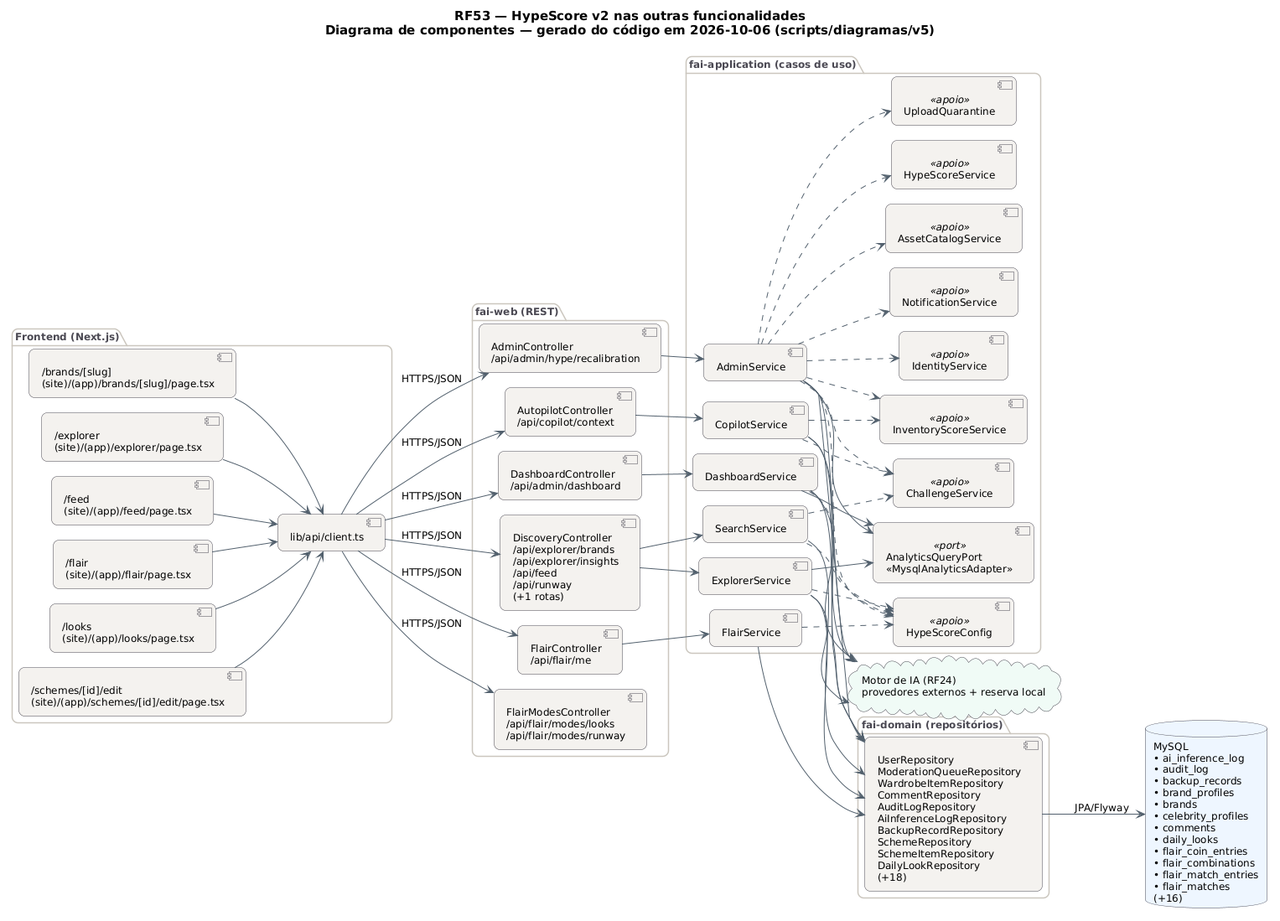
Earlier version of the PlantUML export docs/diagramas/RF53/RF53_Componentes_Integracoes.png (MatheusHaliski/tcc-2026-fashion-ai-backend). Source of this version:
```plantuml
@startuml RF53_Componentes_Integracoes
!pragma layout smetana
skinparam backgroundColor #FFFFFF
skinparam shadowing false
skinparam defaultFontName "DejaVu Sans"
skinparam defaultFontSize 12
skinparam titleFontSize 15
skinparam roundcorner 14
skinparam ArrowColor #52606D
skinparam note {
  BackgroundColor #FFFDEB
  BorderColor #D8CE78
  FontColor #554F24
}
skinparam component {
  BackgroundColor #F4F2EF
  BorderColor #4A4852
}
skinparam package {
  BorderColor #CBC6BE
  FontColor #4A4852
}
skinparam database {
  BackgroundColor #EEF6FF
  BorderColor #4A4852
}
skinparam cloud {
  BackgroundColor #F0FBF6
  BorderColor #4A4852
}
left to right direction
title RF53 — HypeScore v2 nas outras funcionalidades\nDiagrama de componentes — gerado do código em 2026-10-06 (scripts/diagramas/v5)

package "Frontend (Next.js)" {
  component "/brands/[slug]\n(site)/(app)/brands/[slug]/page.tsx" as FE0
  component "/explorer\n(site)/(app)/explorer/page.tsx" as FE1
  component "/feed\n(site)/(app)/feed/page.tsx" as FE2
  component "/flair\n(site)/(app)/flair/page.tsx" as FE3
  component "/looks\n(site)/(app)/looks/page.tsx" as FE4
  component "/schemes/[id]/edit\n(site)/(app)/schemes/[id]/edit/page.tsx" as FE5
  component "lib/api/client.ts" as APIC
}
package "fai-web (REST)" {
  component "AdminController\n/api/admin/hype/recalibration" as AdminController
  component "AutopilotController\n/api/copilot/context" as AutopilotController
  component "DashboardController\n/api/admin/dashboard" as DashboardController
  component "DiscoveryController\n/api/explorer/brands\n/api/explorer/insights\n/api/feed\n/api/runway\n(+1 rotas)" as DiscoveryController
  component "FlairController\n/api/flair/me" as FlairController
  component "FlairModesController\n/api/flair/modes/looks\n/api/flair/modes/runway" as FlairModesController
}
package "fai-application (casos de uso)" {
  component "AdminService" as AdminService
  component "CopilotService" as CopilotService
  component "DashboardService" as DashboardService
  component "SearchService" as SearchService
  component "ExplorerService" as ExplorerService
  component "FlairService" as FlairService
  component "IdentityService" as IdentityService <<apoio>>
  component "NotificationService" as NotificationService <<apoio>>
  component "AssetCatalogService" as AssetCatalogService <<apoio>>
  component "ChallengeService" as ChallengeService <<apoio>>
  component "HypeScoreService" as HypeScoreService <<apoio>>
  component "InventoryScoreService" as InventoryScoreService <<apoio>>
  component "UploadQuarantine" as UploadQuarantine <<apoio>>
  component "HypeScoreConfig" as HypeScoreConfig <<apoio>>
  component "AnalyticsQueryPort\n«MysqlAnalyticsAdapter»" as AnalyticsQueryPort <<port>>
}
package "fai-domain (repositórios)" {
  component "UserRepository\nModerationQueueRepository\nWardrobeItemRepository\nCommentRepository\nAuditLogRepository\nAiInferenceLogRepository\nBackupRecordRepository\nSchemeRepository\nSchemeItemRepository\nDailyLookRepository\n(+18)" as REPO_MySQL
}
database "MySQL\n• ai_inference_log\n• audit_log\n• backup_records\n• brand_profiles\n• brands\n• celebrity_profiles\n• comments\n• daily_looks\n• flair_coin_entries\n• flair_combinations\n• flair_match_entries\n• flair_matches\n(+16)" as DB_MySQL
cloud "Motor de IA (RF24)\nprovedores externos + reserva local" as AI
APIC --> AdminController : HTTPS/JSON
APIC --> AutopilotController : HTTPS/JSON
APIC --> DashboardController : HTTPS/JSON
APIC --> DiscoveryController : HTTPS/JSON
APIC --> FlairController : HTTPS/JSON
APIC --> FlairModesController : HTTPS/JSON
AdminController --> AdminService
AdminService --> AI
AdminService --> AnalyticsQueryPort
AdminService --> REPO_MySQL
AdminService ..> AssetCatalogService
AdminService ..> ChallengeService
AdminService ..> HypeScoreConfig
AdminService ..> HypeScoreService
AdminService ..> IdentityService
AdminService ..> InventoryScoreService
AdminService ..> NotificationService
AdminService ..> UploadQuarantine
AutopilotController --> CopilotService
CopilotService --> AI
CopilotService --> REPO_MySQL
CopilotService ..> ChallengeService
CopilotService ..> InventoryScoreService
DashboardController --> DashboardService
DashboardService --> AI
DashboardService --> AnalyticsQueryPort
DashboardService --> REPO_MySQL
DashboardService ..> HypeScoreConfig
DiscoveryController --> ExplorerService
DiscoveryController --> SearchService
ExplorerService --> AI
ExplorerService --> AnalyticsQueryPort
ExplorerService --> REPO_MySQL
ExplorerService ..> HypeScoreConfig
FE0 --> APIC
FE1 --> APIC
FE2 --> APIC
FE3 --> APIC
FE4 --> APIC
FE5 --> APIC
FlairController --> FlairService
FlairService --> REPO_MySQL
FlairService ..> HypeScoreConfig
REPO_MySQL --> DB_MySQL : JPA/Flyway
SearchService --> REPO_MySQL
SearchService ..> ChallengeService
SearchService ..> HypeScoreConfig
@enduml
```
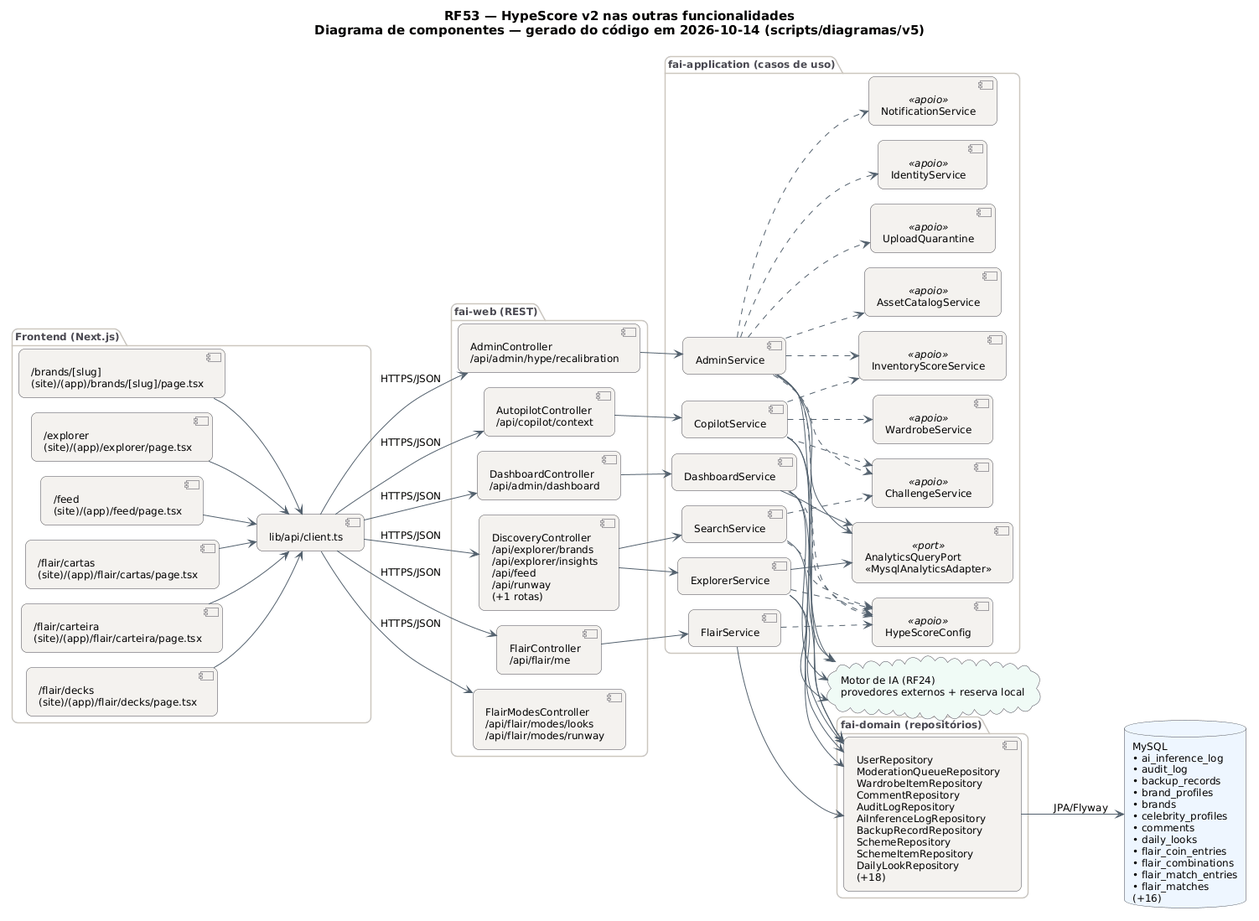
The same file after the commit.

Change to the diagram source:
```diff
@@ -29,15 +29,15 @@
   BorderColor #4A4852
 }
 left to right direction
-title RF53 — HypeScore v2 nas outras funcionalidades\nDiagrama de componentes — gerado do código em 2026-10-06 (scripts/diagramas/v5)
+title RF53 — HypeScore v2 nas outras funcionalidades\nDiagrama de componentes — gerado do código em 2026-10-14 (scripts/diagramas/v5)
 
 package "Frontend (Next.js)" {
   component "/brands/[slug]\n(site)/(app)/brands/[slug]/page.tsx" as FE0
   component "/explorer\n(site)/(app)/explorer/page.tsx" as FE1
   component "/feed\n(site)/(app)/feed/page.tsx" as FE2
-  component "/flair\n(site)/(app)/flair/page.tsx" as FE3
-  component "/looks\n(site)/(app)/looks/page.tsx" as FE4
-  component "/schemes/[id]/edit\n(site)/(app)/schemes/[id]/edit/page.tsx" as FE5
+  component "/flair/cartas\n(site)/(app)/flair/cartas/page.tsx" as FE3
+  component "/flair/carteira\n(site)/(app)/flair/carteira/page.tsx" as FE4
+  component "/flair/decks\n(site)/(app)/flair/decks/page.tsx" as FE5
   component "lib/api/client.ts" as APIC
 }
 package "fai-web (REST)" {
@@ -59,10 +59,10 @@
   component "NotificationService" as NotificationService <<apoio>>
   component "AssetCatalogService" as AssetCatalogService <<apoio>>
   component "ChallengeService" as ChallengeService <<apoio>>
-  component "HypeScoreService" as HypeScoreService <<apoio>>
   component "InventoryScoreService" as InventoryScoreService <<apoio>>
   component "UploadQuarantine" as UploadQuarantine <<apoio>>
   component "HypeScoreConfig" as HypeScoreConfig <<apoio>>
+  component "WardrobeService" as WardrobeService <<apoio>>
   component "AnalyticsQueryPort\n«MysqlAnalyticsAdapter»" as AnalyticsQueryPort <<port>>
 }
 package "fai-domain (repositórios)" {
@@ -83,7 +83,6 @@
 AdminService ..> AssetCatalogService
 AdminService ..> ChallengeService
 AdminService ..> HypeScoreConfig
-AdminService ..> HypeScoreService
 AdminService ..> IdentityService
 AdminService ..> InventoryScoreService
 AdminService ..> NotificationService
@@ -93,6 +92,7 @@
 CopilotService --> REPO_MySQL
 CopilotService ..> ChallengeService
 CopilotService ..> InventoryScoreService
+CopilotService ..> WardrobeService
 DashboardController --> DashboardService
 DashboardService --> AI
 DashboardService --> AnalyticsQueryPort
```
